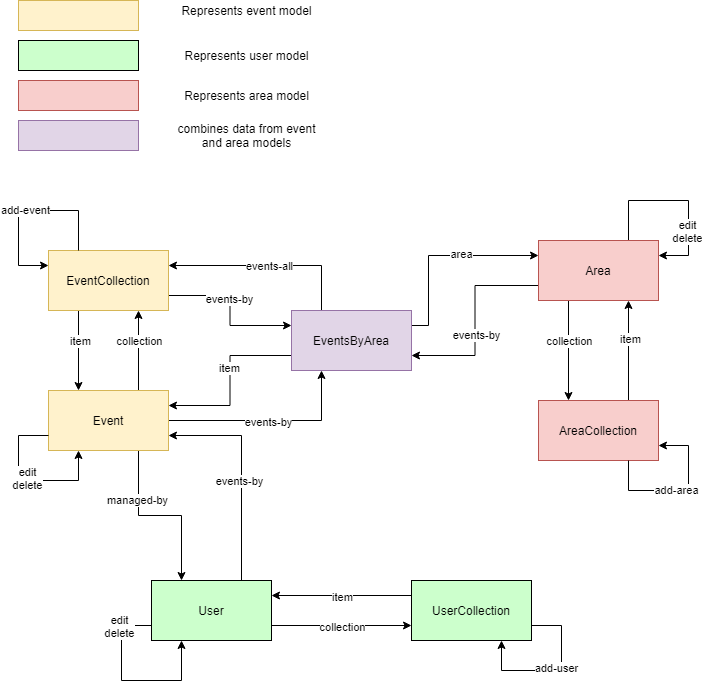
mitjakarki/pwp-project keeps this draw.io diagram as Statediagram.png. Above is the earlier version. Source tidied: cells renumbered, new cells last; positions are measured from the earlier drawing's top-left corner, leaving out a move shared by most shapes.
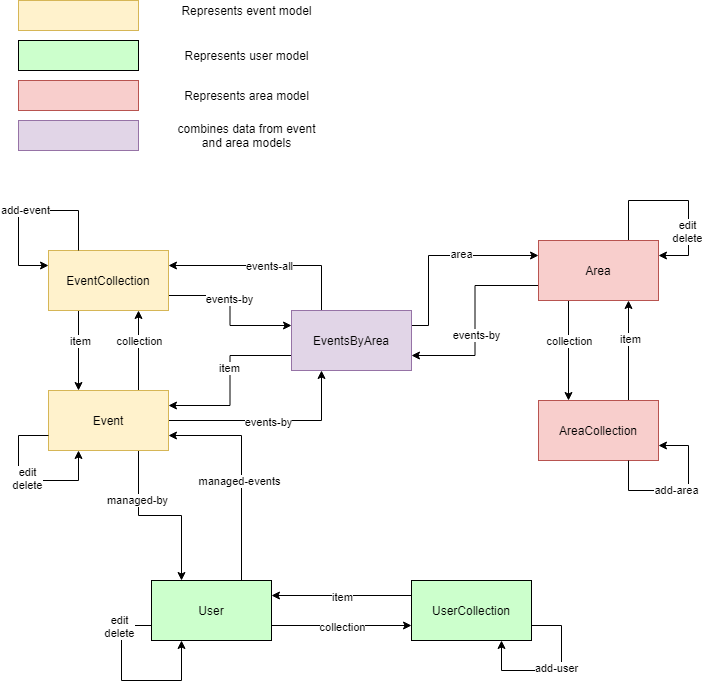
The same diagram one commit later.

Diff of the diagram source:
```diff
@@ -53,7 +53,7 @@
     <mxCell id="11" style="edgeStyle=orthogonalEdgeStyle;rounded=0;jettySize=auto;html=1;exitX=0.75;exitY=0;exitDx=0;exitDy=0;entryX=1;entryY=0.75;entryDx=0;entryDy=0;" parent="1" edge="1" source="13" target="46">
       <mxGeometry relative="1" as="geometry" />
     </mxCell>
-    <mxCell id="12" value="events-by" style="edgeLabel;html=1;align=center;verticalAlign=middle;" parent="11" vertex="1">
+    <mxCell id="12" value="managed-events" style="edgeLabel;html=1;align=center;verticalAlign=middle;" parent="11" vertex="1">
       <mxGeometry x="0.56" y="2" relative="1" as="geometry">
         <mxPoint x="22" y="43" as="offset" />
       </mxGeometry>
```
